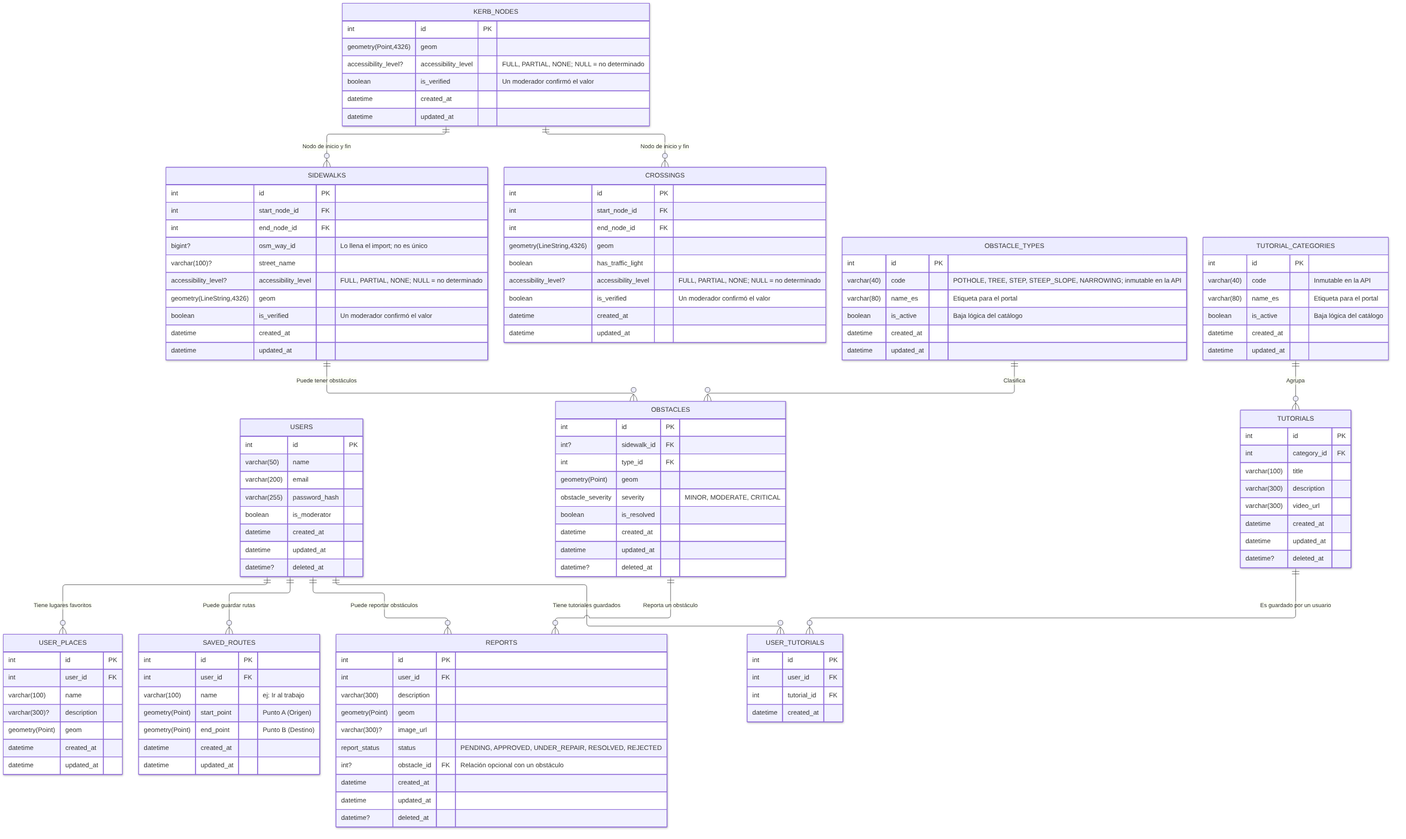
Earlier version of the Mermaid export docs/diagrams/imgs/01-DER.png (BLP-Technologies/rodando-x-mza). Its source is kept beside it as docs/diagrams/01-DER.mmd.
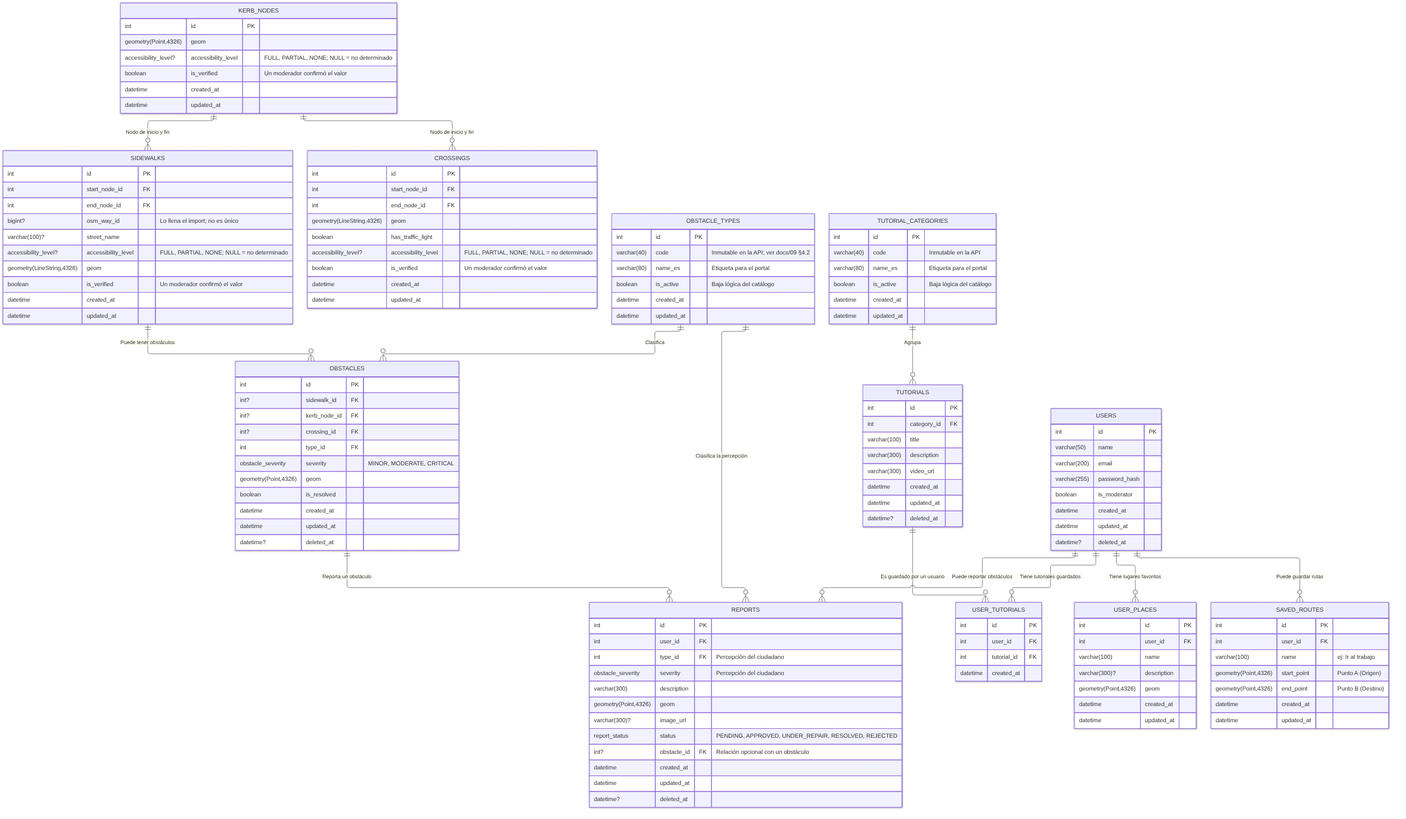
Later version of the same file.

Diff of the diagram source:
```diff
@@ -16,7 +16,7 @@
         int user_id FK
         varchar(100) name
         varchar(300)? description
-        geometry(Point) geom
+        geometry(Point,4326) geom
         datetime created_at
         datetime updated_at
     }
@@ -25,8 +25,8 @@
         int id PK
         int user_id FK
         varchar(100) name "ej: Ir al trabajo"
-        geometry(Point) start_point "Punto A (Origen)"
-        geometry(Point) end_point "Punto B (Destino)"
+        geometry(Point,4326) start_point "Punto A (Origen)"
+        geometry(Point,4326) end_point "Punto B (Destino)"
         datetime created_at
         datetime updated_at
     }
@@ -68,9 +68,11 @@
     OBSTACLES {
         int id PK
         int? sidewalk_id FK
+        int? kerb_node_id FK
+        int? crossing_id FK
         int type_id FK
-        geometry(Point) geom
         obstacle_severity severity "MINOR, MODERATE, CRITICAL"
+        geometry(Point,4326) geom
         boolean is_resolved
         datetime created_at
         datetime updated_at
@@ -79,7 +81,7 @@
 
     OBSTACLE_TYPES {
         int id PK
-        varchar(40) code "POTHOLE, TREE, STEP, STEEP_SLOPE, NARROWING; inmutable en la API"
+        varchar(40) code "Inmutable en la API; ver docs/09 §4.2"
         varchar(80) name_es "Etiqueta para el portal"
         boolean is_active "Baja lógica del catálogo"
         datetime created_at
@@ -89,8 +91,10 @@
     REPORTS {
         int id PK
         int user_id FK
+        int type_id FK "Percepción del ciudadano"
+        obstacle_severity severity "Percepción del ciudadano"
         varchar(300) description
-        geometry(Point) geom
+        geometry(Point,4326) geom
         varchar(300)? image_url
         report_status status "PENDING, APPROVED, UNDER_REPAIR, RESOLVED, REJECTED"
         int? obstacle_id FK "Relación opcional con un obstáculo"
@@ -132,6 +136,7 @@
     KERB_NODES ||--o{ CROSSINGS: "Nodo de inicio y fin"
     SIDEWALKS ||--o{ OBSTACLES: "Puede tener obstáculos"
     OBSTACLE_TYPES ||--o{ OBSTACLES: "Clasifica"
+    OBSTACLE_TYPES ||--o{ REPORTS: "Clasifica la percepción"
     USERS ||--o{ REPORTS: "Puede reportar obstáculos"
     OBSTACLES ||--o{ REPORTS: "Reporta un obstáculo"
     TUTORIAL_CATEGORIES ||--o{ TUTORIALS: "Agrupa"
```
